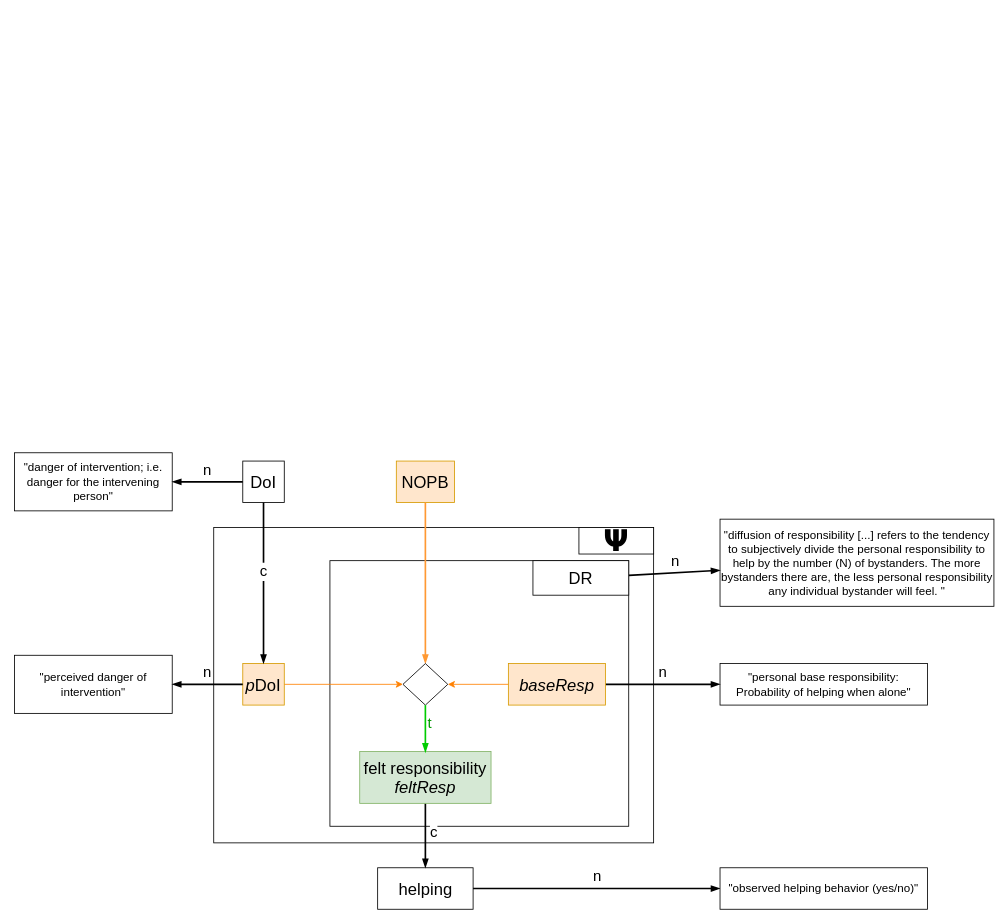
Earlier version of the draw.io diagram page "Colored Version/Snippets" (2 of 2) of Bystander_model.drawio (nicebread/Bystander_model_demo). Source tidied: cells renumbered, new cells numbered last; positions are measured from the earlier drawing's top-left corner, leaving out a move shared by most shapes. Both pictures are drawn from the tidied source at 83%, with x=0, y=0 at pixel (14, 452).
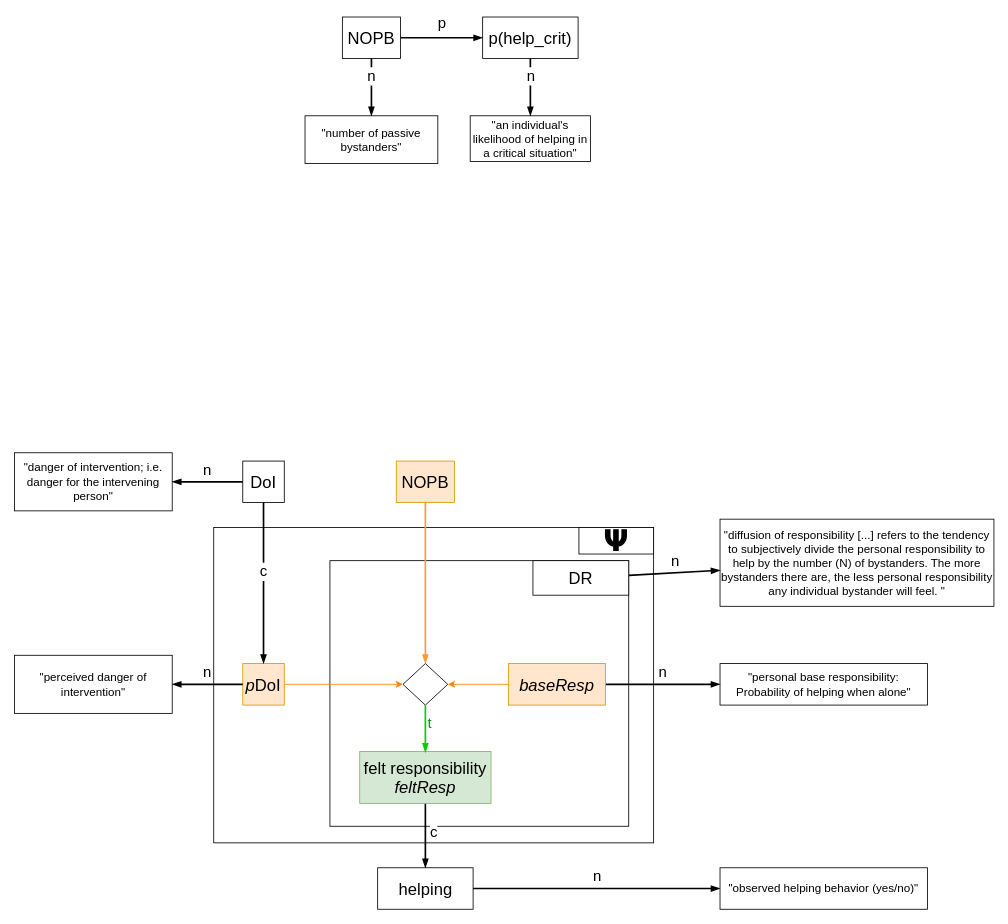
After the change.

Change to the diagram source:
```diff
@@
+    <mxCell id="29" value="NOPB" style="rounded=0;whiteSpace=wrap;html=1;fontSize=20;" parent="1" vertex="1">
+      <mxGeometry x="395" y="-525" width="70" height="50" as="geometry" />
+    </mxCell>
+    <mxCell id="30" value="&quot;number of passive bystanders&quot;" style="rounded=0;whiteSpace=wrap;html=1;fillColor=default;fontColor=default;strokeColor=default;fontSize=14;" parent="1" vertex="1">
+      <mxGeometry x="350" y="-406" width="160" height="57.5" as="geometry" />
+    </mxCell>
+    <mxCell id="31" value="&lt;span style=&quot;font-size: 18px;&quot;&gt;n&lt;/span&gt;" style="endArrow=blockThin;html=1;rounded=0;labelPosition=center;verticalLabelPosition=top;align=center;verticalAlign=bottom;strokeWidth=2;endFill=1;" parent="1" edge="1" source="29" target="30">
+      <mxGeometry relative="1" as="geometry" />
+    </mxCell>
+    <mxCell id="32" value="p(help_crit)" style="rounded=0;whiteSpace=wrap;html=1;fontSize=20;" parent="1" vertex="1">
+      <mxGeometry x="564" y="-525" width="115" height="50" as="geometry" />
+    </mxCell>
+    <mxCell id="33" value="&lt;font style=&quot;font-size: 18px;&quot;&gt;p&lt;/font&gt;" style="endArrow=blockThin;html=1;rounded=0;labelPosition=center;verticalLabelPosition=top;align=center;verticalAlign=bottom;spacingBottom=3;strokeWidth=2;endFill=1;" parent="1" edge="1" source="29" target="32">
+      <mxGeometry relative="1" as="geometry" />
+    </mxCell>
+    <mxCell id="34" value="&quot;an individual's likelihood of helping in a critical situation&quot;" style="rounded=0;whiteSpace=wrap;html=1;fillColor=default;fontColor=default;strokeColor=default;fontSize=14;" parent="1" vertex="1">
+      <mxGeometry x="549" y="-406" width="145" height="55" as="geometry" />
+    </mxCell>
+    <mxCell id="35" value="&lt;font style=&quot;font-size: 18px;&quot;&gt;n&lt;/font&gt;" style="endArrow=blockThin;html=1;rounded=0;labelPosition=center;verticalLabelPosition=top;align=center;verticalAlign=bottom;strokeWidth=2;endFill=1;" parent="1" edge="1" source="32" target="34">
+      <mxGeometry relative="1" as="geometry" />
+    </mxCell>
```
